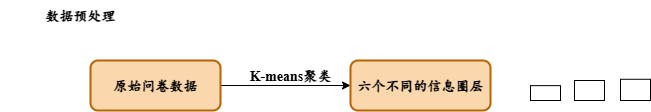
The draw.io diagram data_process.drawio.png in GUMrkai/FairAgent, before a commit. Source tidied: cells renumbered, new cells last; positions are measured from the earlier drawing's top-left corner, leaving out a move shared by most shapes. The source it was exported from:
```xml
<mxGraphModel>
  <root>
    <mxCell id="0" />
    <mxCell id="1" parent="0" />
    <mxCell id="2" style="edgeStyle=orthogonalEdgeStyle;rounded=0;jettySize=auto;html=1;exitX=1;exitY=0.5;exitDx=0;exitDy=0;entryX=0;entryY=0.5;entryDx=0;entryDy=0;" parent="1" edge="1" source="3" target="5">
      <mxGeometry relative="1" as="geometry" />
    </mxCell>
    <mxCell id="3" value="原始问卷数据" style="rounded=1;whiteSpace=wrap;html=1;fillColor=#fad7ac;strokeColor=#b46504;labelBackgroundColor=none;strokeWidth=2;fontFamily=楷体;fontSize=14;fontStyle=1;" parent="1" vertex="1">
      <mxGeometry x="90" y="60" width="130" height="50" as="geometry" />
    </mxCell>
    <mxCell id="4" value="&lt;span style=&quot;background-color: transparent; color: light-dark(rgb(0, 0, 0), rgb(255, 255, 255));&quot;&gt;数据预处理&lt;/span&gt;" style="text;html=1;align=center;verticalAlign=middle;whiteSpace=wrap;rounded=0;fontFamily=楷体;fontStyle=1;fontSize=14;" parent="1" vertex="1">
      <mxGeometry width="160" height="30" as="geometry" />
    </mxCell>
    <mxCell id="5" value="六个不同的信息圈层" style="rounded=1;whiteSpace=wrap;html=1;fillColor=#fad7ac;strokeColor=#b46504;labelBackgroundColor=none;strokeWidth=2;fontFamily=楷体;fontSize=14;fontStyle=1;" parent="1" vertex="1">
      <mxGeometry x="350" y="60" width="140" height="50" as="geometry" />
    </mxCell>
    <mxCell id="6" value="&lt;span style=&quot;background-color: transparent; color: light-dark(rgb(0, 0, 0), rgb(255, 255, 255));&quot;&gt;&lt;font face=&quot;Times New Roman&quot;&gt;K-means&lt;/font&gt;聚类&lt;/span&gt;" style="text;html=1;align=center;verticalAlign=middle;whiteSpace=wrap;rounded=0;fontFamily=楷体;fontStyle=1;fontSize=14;" parent="1" vertex="1">
      <mxGeometry x="230" y="60" width="120" height="30" as="geometry" />
    </mxCell>
    <mxCell id="7" style="rounded=0;whiteSpace=wrap;html=1;" parent="1" vertex="1">
      <mxGeometry x="530" y="85.2" width="30" height="14.8" as="geometry" />
    </mxCell>
    <mxCell id="8" style="rounded=0;whiteSpace=wrap;html=1;" parent="1" vertex="1">
      <mxGeometry x="574" y="80" width="30" height="20" as="geometry" />
    </mxCell>
    <mxCell id="9" style="rounded=0;whiteSpace=wrap;html=1;" parent="1" vertex="1">
      <mxGeometry x="620" y="78.8" width="30" height="21.2" as="geometry" />
    </mxCell>
  </root>
</mxGraphModel>
```
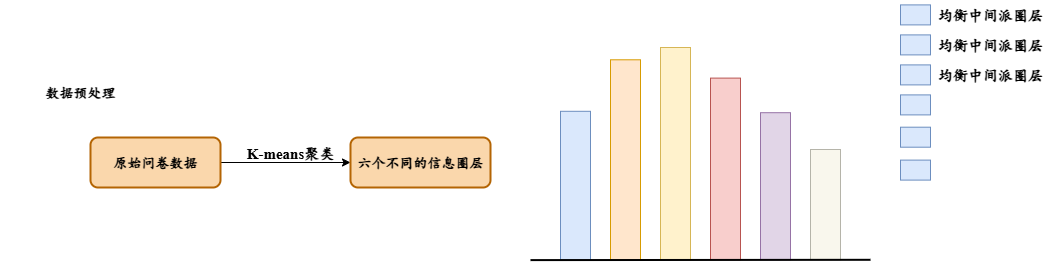
After the change.

Diff of the diagram source:
```diff
@@ -14,17 +14,59 @@
     <mxCell id="5" value="六个不同的信息圈层" style="rounded=1;whiteSpace=wrap;html=1;fillColor=#fad7ac;strokeColor=#b46504;labelBackgroundColor=none;strokeWidth=2;fontFamily=楷体;fontSize=14;fontStyle=1;" parent="1" vertex="1">
       <mxGeometry x="350" y="60" width="140" height="50" as="geometry" />
     </mxCell>
-    <mxCell id="6" value="&lt;span style=&quot;background-color: transparent; color: light-dark(rgb(0, 0, 0), rgb(255, 255, 255));&quot;&gt;&lt;font face=&quot;Times New Roman&quot;&gt;K-means&lt;/font&gt;聚类&lt;/span&gt;" style="text;html=1;align=center;verticalAlign=middle;whiteSpace=wrap;rounded=0;fontFamily=楷体;fontStyle=1;fontSize=14;" parent="1" vertex="1">
+    <mxCell id="6" value="&lt;span style=&quot;background-color: transparent; color: light-dark(rgb(0, 0, 0), rgb(255, 255, 255));&quot;&gt;&lt;font face=&quot;Times New Roman&quot;&gt;K-means&lt;/font&gt;聚类&lt;/span&gt;" style="text;html=1;align=center;verticalAlign=middle;whiteSpace=wrap;rounded=0;fontFamily=楷体;fontStyle=1;fontSize=15;" parent="1" vertex="1">
       <mxGeometry x="230" y="60" width="120" height="30" as="geometry" />
     </mxCell>
-    <mxCell id="7" style="rounded=0;whiteSpace=wrap;html=1;" parent="1" vertex="1">
-      <mxGeometry x="530" y="85.2" width="30" height="14.8" as="geometry" />
+    <mxCell id="7" style="rounded=0;whiteSpace=wrap;html=1;fillColor=#dae8fc;strokeColor=#6c8ebf;" parent="1" vertex="1">
+      <mxGeometry x="560" y="33.8" width="30" height="148.5" as="geometry" />
     </mxCell>
-    <mxCell id="8" style="rounded=0;whiteSpace=wrap;html=1;" parent="1" vertex="1">
-      <mxGeometry x="574" y="80" width="30" height="20" as="geometry" />
+    <mxCell id="8" style="rounded=0;whiteSpace=wrap;html=1;fillColor=#ffe6cc;strokeColor=#d79b00;" parent="1" vertex="1">
+      <mxGeometry x="610" y="-17.7" width="30" height="200" as="geometry" />
     </mxCell>
-    <mxCell id="9" style="rounded=0;whiteSpace=wrap;html=1;" parent="1" vertex="1">
-      <mxGeometry x="620" y="78.8" width="30" height="21.2" as="geometry" />
+    <mxCell id="9" style="rounded=0;whiteSpace=wrap;html=1;fillColor=#fff2cc;strokeColor=#d6b656;" parent="1" vertex="1">
+      <mxGeometry x="660" y="-30" width="30" height="212.3" as="geometry" />
     </mxCell>
+    <mxCell id="10" style="rounded=0;whiteSpace=wrap;html=1;fillColor=#f8cecc;strokeColor=#b85450;" parent="1" vertex="1">
+      <mxGeometry x="710" y="0.6" width="30" height="181.7" as="geometry" />
+    </mxCell>
+    <mxCell id="11" style="rounded=0;whiteSpace=wrap;html=1;fillColor=#e1d5e7;strokeColor=#9673a6;" parent="1" vertex="1">
+      <mxGeometry x="760" y="35.2" width="30" height="147.1" as="geometry" />
+    </mxCell>
+    <mxCell id="12" style="rounded=0;whiteSpace=wrap;html=1;fillColor=#f9f7ed;strokeColor=#B5B4A9;" parent="1" vertex="1">
+      <mxGeometry x="810" y="72" width="30" height="110.3" as="geometry" />
+    </mxCell>
+    <mxCell id="13" style="endArrow=none;html=1;rounded=1;curved=0;strokeWidth=2;" parent="1" edge="1">
+      <mxGeometry relative="1" as="geometry">
+        <mxPoint x="530" y="182.6" as="sourcePoint" />
+        <mxPoint x="870" y="182.3" as="targetPoint" />
+      </mxGeometry>
+    </mxCell>
+    <mxCell id="14" style="rounded=0;whiteSpace=wrap;html=1;fillColor=#dae8fc;strokeColor=#6c8ebf;" parent="1" vertex="1">
+      <mxGeometry x="900" y="17.4" width="30" height="20" as="geometry" />
+    </mxCell>
+    <mxCell id="15" style="rounded=0;whiteSpace=wrap;html=1;fillColor=#dae8fc;strokeColor=#6c8ebf;" parent="1" vertex="1">
+      <mxGeometry x="900" y="49.7" width="30" height="20" as="geometry" />
+    </mxCell>
+    <mxCell id="16" style="rounded=0;whiteSpace=wrap;html=1;fillColor=#dae8fc;strokeColor=#6c8ebf;" parent="1" vertex="1">
+      <mxGeometry x="900" y="82.6" width="30" height="20" as="geometry" />
+    </mxCell>
+    <mxCell id="17" style="rounded=0;whiteSpace=wrap;html=1;fillColor=#dae8fc;strokeColor=#6c8ebf;" parent="1" vertex="1">
+      <mxGeometry x="900" y="-12.6" width="30" height="20" as="geometry" />
+    </mxCell>
+    <mxCell id="18" style="rounded=0;whiteSpace=wrap;html=1;fillColor=#dae8fc;strokeColor=#6c8ebf;" parent="1" vertex="1">
+      <mxGeometry x="900" y="-42.6" width="30" height="20" as="geometry" />
+    </mxCell>
+    <mxCell id="19" style="rounded=0;whiteSpace=wrap;html=1;fillColor=#dae8fc;strokeColor=#6c8ebf;" parent="1" vertex="1">
+      <mxGeometry x="900" y="-72.6" width="30" height="20" as="geometry" />
+    </mxCell>
+    <mxCell id="20" value="均衡中间派圈层" style="text;html=1;align=center;verticalAlign=middle;whiteSpace=wrap;rounded=0;fontFamily=楷体;fontStyle=1;fontSize=15;" parent="1" vertex="1">
+      <mxGeometry x="930" y="-77.6" width="120" height="30" as="geometry" />
+    </mxCell>
+    <mxCell id="21" value="均衡中间派圈层" style="text;html=1;align=center;verticalAlign=middle;whiteSpace=wrap;rounded=0;fontFamily=楷体;fontStyle=1;fontSize=15;" parent="1" vertex="1">
+      <mxGeometry x="930" y="-47.6" width="120" height="30" as="geometry" />
+    </mxCell>
+    <mxCell id="22" value="均衡中间派圈层" style="text;html=1;align=center;verticalAlign=middle;whiteSpace=wrap;rounded=0;fontFamily=楷体;fontStyle=1;fontSize=15;" parent="1" vertex="1">
+      <mxGeometry x="930" y="-17.6" width="120" height="30" as="geometry" />
+    </mxCell>
   </root>
 </mxGraphModel>
```
